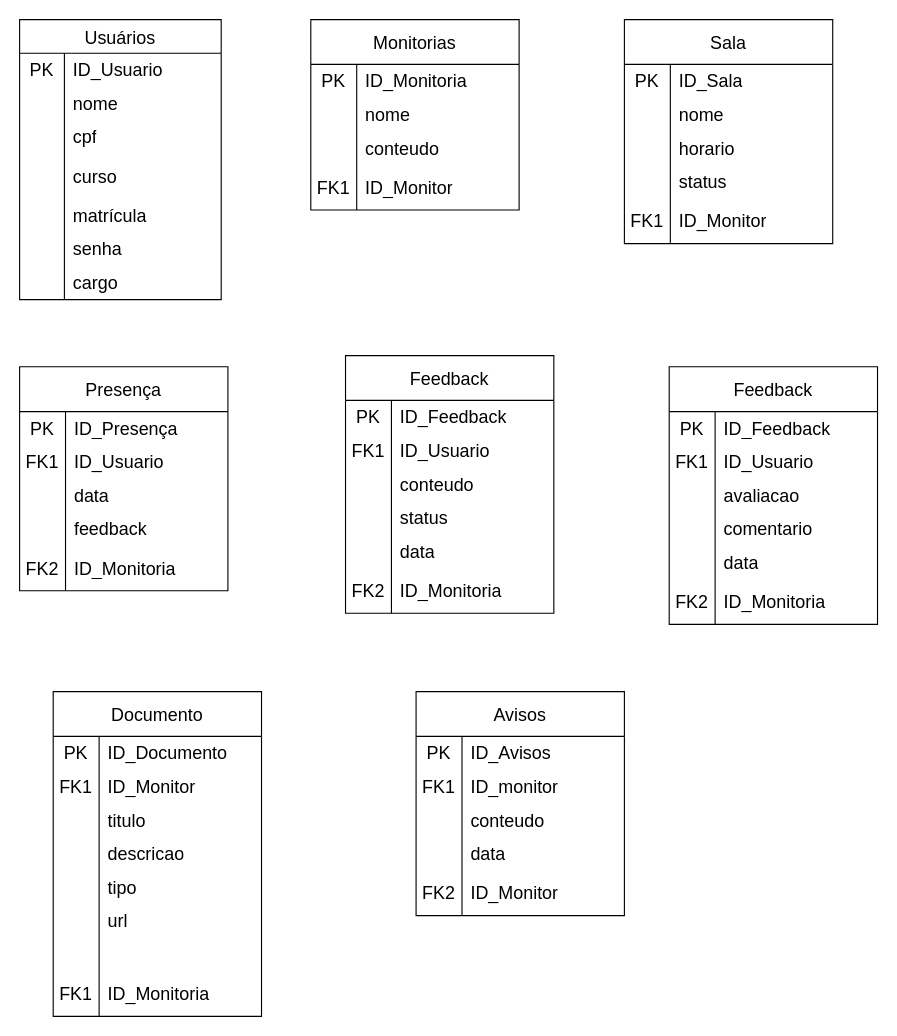
This is Monitorrei.drawio from Arthurbart/MoniTorrei, a draw.io file, before an edit. Source tidied: cells renumbered, new cells numbered last; positions are measured from the earlier drawing's top-left corner, leaving out a move shared by most shapes. Both pictures are drawn from the tidied source at 112%, with x=0, y=0 at pixel (19, 19).
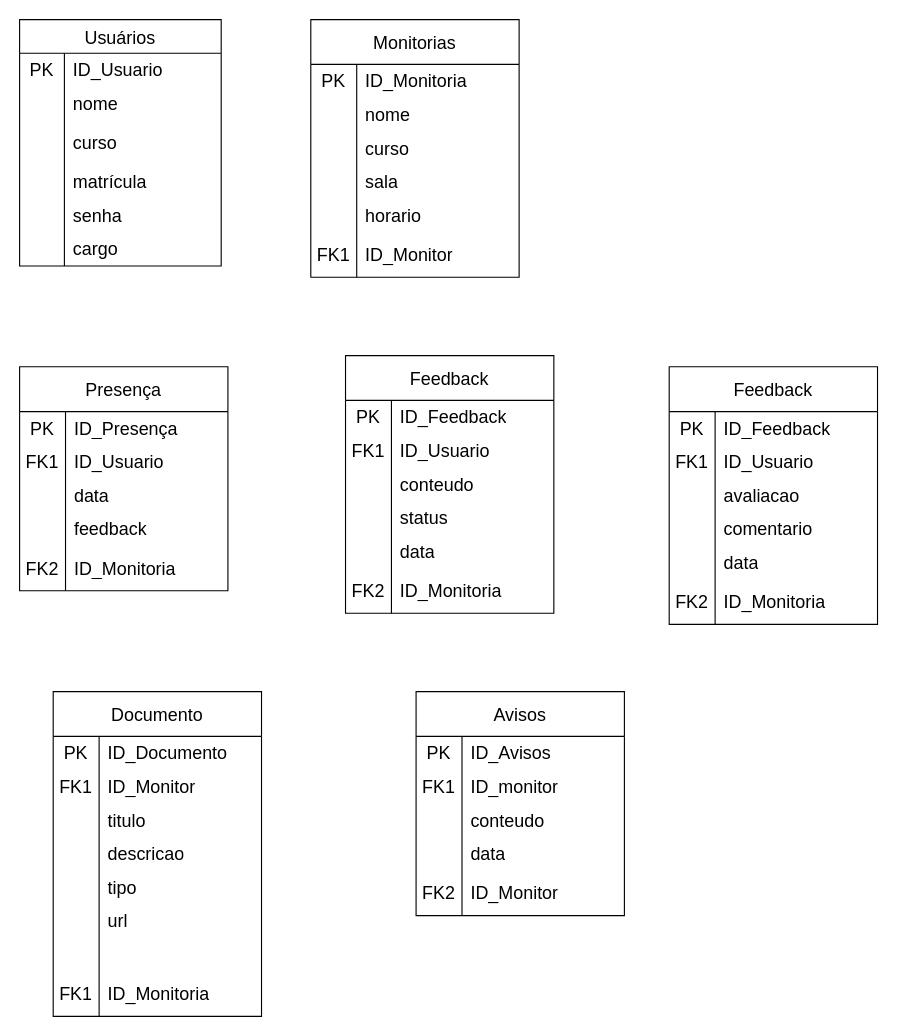
The same diagram, later.

The change refers to these unchanged cells:
```xml
<mxCell id="31" style="shape=tableRow;horizontal=0;startSize=0;swimlaneHead=0;swimlaneBody=0;top=0;left=0;bottom=0;right=0;fillColor=none;strokeColor=inherit;fontSize=16;" parent="24" vertex="1">
  <mxGeometry y="100" width="186" height="30" as="geometry" />
</mxCell>
```

Diff of the diagram source:
```diff
@@
     <mxCell id="2" value="Usuários" style="shape=table;startSize=30;childLayout=tableLayout;rowLines=0;fontStyle=0;strokeColor=default;fontSize=16;" parent="1" vertex="1">
-      <mxGeometry width="180" height="250" as="geometry" />
+      <mxGeometry width="180" height="220" as="geometry" />
     </mxCell>
@@
-    <mxCell id="9" style="shape=tableRow;horizontal=0;startSize=0;swimlaneHead=0;swimlaneBody=0;top=0;left=0;bottom=0;right=0;fillColor=none;strokeColor=inherit;fontSize=16;" parent="2" vertex="1">
-      <mxGeometry y="90" width="180" height="30" as="geometry" />
-    </mxCell>
-    <mxCell id="10" style="shape=partialRectangle;html=1;whiteSpace=wrap;fillColor=none;top=0;left=0;bottom=0;right=0;overflow=hidden;strokeColor=inherit;fontSize=16;" parent="9" vertex="1">
-      <mxGeometry width="40" height="30" as="geometry" />
-    </mxCell>
-    <mxCell id="11" value="cpf" style="shape=partialRectangle;html=1;whiteSpace=wrap;fillColor=none;top=0;left=0;bottom=0;right=0;align=left;spacingLeft=6;overflow=hidden;strokeColor=inherit;fontSize=16;" parent="9" vertex="1">
-      <mxGeometry x="40" width="140" height="30" as="geometry" />
-    </mxCell>
     <mxCell id="12" style="shape=tableRow;horizontal=0;startSize=0;swimlaneHead=0;swimlaneBody=0;top=0;left=0;bottom=0;right=0;fillColor=none;strokeColor=inherit;fontSize=16;" parent="2" vertex="1">
-      <mxGeometry y="120" width="180" height="40" as="geometry" />
+      <mxGeometry y="90" width="180" height="40" as="geometry" />
     </mxCell>
@@
     <mxCell id="15" style="shape=tableRow;horizontal=0;startSize=0;swimlaneHead=0;swimlaneBody=0;top=0;left=0;bottom=0;right=0;fillColor=none;strokeColor=inherit;fontSize=16;" parent="2" vertex="1">
-      <mxGeometry y="160" width="180" height="30" as="geometry" />
+      <mxGeometry y="130" width="180" height="30" as="geometry" />
     </mxCell>
@@
     <mxCell id="18" style="shape=tableRow;horizontal=0;startSize=0;swimlaneHead=0;swimlaneBody=0;top=0;left=0;bottom=0;right=0;fillColor=none;strokeColor=inherit;fontSize=16;" parent="2" vertex="1">
-      <mxGeometry y="190" width="180" height="30" as="geometry" />
+      <mxGeometry y="160" width="180" height="30" as="geometry" />
     </mxCell>
@@
     <mxCell id="21" style="shape=tableRow;horizontal=0;startSize=0;swimlaneHead=0;swimlaneBody=0;top=0;left=0;bottom=0;right=0;fillColor=none;strokeColor=inherit;fontSize=16;" parent="2" vertex="1">
-      <mxGeometry y="220" width="180" height="30" as="geometry" />
+      <mxGeometry y="190" width="180" height="30" as="geometry" />
     </mxCell>
@@
     <mxCell id="24" value="Monitorias" style="shape=table;startSize=40;childLayout=tableLayout;rowLines=0;fontStyle=0;strokeColor=default;fontSize=16;" parent="1" vertex="1">
-      <mxGeometry x="260" width="186" height="170" as="geometry" />
+      <mxGeometry x="260" width="186" height="230" as="geometry" />
     </mxCell>
@@
-    <mxCell id="33" value="conteudo" style="shape=partialRectangle;html=1;whiteSpace=wrap;fillColor=none;top=0;left=0;bottom=0;right=0;align=left;spacingLeft=6;overflow=hidden;strokeColor=inherit;fontSize=16;" parent="31" vertex="1">
+    <mxCell id="33" value="curso" style="shape=partialRectangle;html=1;whiteSpace=wrap;fillColor=none;top=0;left=0;bottom=0;right=0;align=left;spacingLeft=6;overflow=hidden;strokeColor=inherit;fontSize=16;" parent="31" vertex="1">
       <mxGeometry x="41" width="145" height="30" as="geometry" />
     </mxCell>
+    <mxCell id="47" style="shape=tableRow;horizontal=0;startSize=0;swimlaneHead=0;swimlaneBody=0;top=0;left=0;bottom=0;right=0;fillColor=none;strokeColor=inherit;fontSize=16;" parent="24" vertex="1">
+      <mxGeometry y="130" width="186" height="30" as="geometry" />
+    </mxCell>
+    <mxCell id="148" style="shape=partialRectangle;html=1;whiteSpace=wrap;fillColor=none;top=0;left=0;bottom=0;right=0;overflow=hidden;strokeColor=inherit;fontSize=16;" parent="47" vertex="1">
+      <mxGeometry width="41" height="30" as="geometry" />
+    </mxCell>
+    <mxCell id="149" value="sala" style="shape=partialRectangle;html=1;whiteSpace=wrap;fillColor=none;top=0;left=0;bottom=0;right=0;align=left;spacingLeft=6;overflow=hidden;strokeColor=inherit;fontSize=16;" parent="47" vertex="1">
+      <mxGeometry x="41" width="145" height="30" as="geometry" />
+    </mxCell>
+    <mxCell id="150" style="shape=tableRow;horizontal=0;startSize=0;swimlaneHead=0;swimlaneBody=0;top=0;left=0;bottom=0;right=0;fillColor=none;strokeColor=inherit;fontSize=16;" parent="24" vertex="1">
+      <mxGeometry y="160" width="186" height="30" as="geometry" />
+    </mxCell>
+    <mxCell id="151" style="shape=partialRectangle;html=1;whiteSpace=wrap;fillColor=none;top=0;left=0;bottom=0;right=0;overflow=hidden;strokeColor=inherit;fontSize=16;" parent="150" vertex="1">
+      <mxGeometry width="41" height="30" as="geometry" />
+    </mxCell>
+    <mxCell id="46" value="horario" style="shape=partialRectangle;html=1;whiteSpace=wrap;fillColor=none;top=0;left=0;bottom=0;right=0;align=left;spacingLeft=6;overflow=hidden;strokeColor=inherit;fontSize=16;" parent="150" vertex="1">
+      <mxGeometry x="41" width="145" height="30" as="geometry" />
+    </mxCell>
     <mxCell id="34" style="shape=tableRow;horizontal=0;startSize=0;swimlaneHead=0;swimlaneBody=0;top=0;left=0;bottom=0;right=0;fillColor=none;strokeColor=inherit;fontSize=16;" parent="24" vertex="1">
-      <mxGeometry y="130" width="186" height="40" as="geometry" />
+      <mxGeometry y="190" width="186" height="40" as="geometry" />
     </mxCell>
@@
-    <mxCell id="37" value="Sala" style="shape=table;startSize=40;childLayout=tableLayout;rowLines=0;fontStyle=0;strokeColor=default;fontSize=16;" parent="1" vertex="1">
-      <mxGeometry x="540" width="186" height="200" as="geometry" />
-    </mxCell>
-    <mxCell id="38" style="shape=tableRow;horizontal=0;startSize=0;swimlaneHead=0;swimlaneBody=0;top=0;left=0;bottom=0;right=0;fillColor=none;strokeColor=inherit;fontSize=16;" parent="37" vertex="1">
-      <mxGeometry y="40" width="186" height="30" as="geometry" />
-    </mxCell>
-    <mxCell id="39" value="PK" style="shape=partialRectangle;html=1;whiteSpace=wrap;fillColor=none;top=0;left=0;bottom=0;right=0;overflow=hidden;strokeColor=inherit;fontSize=16;" parent="38" vertex="1">
-      <mxGeometry width="41" height="30" as="geometry" />
-    </mxCell>
-    <mxCell id="40" value="ID_Sala" style="shape=partialRectangle;html=1;whiteSpace=wrap;fillColor=none;top=0;left=0;bottom=0;right=0;align=left;spacingLeft=6;overflow=hidden;strokeColor=inherit;fontSize=16;" parent="38" vertex="1">
-      <mxGeometry x="41" width="145" height="30" as="geometry" />
-    </mxCell>
-    <mxCell id="41" style="shape=tableRow;horizontal=0;startSize=0;swimlaneHead=0;swimlaneBody=0;top=0;left=0;bottom=0;right=0;fillColor=none;strokeColor=inherit;fontSize=16;" parent="37" vertex="1">
-      <mxGeometry y="70" width="186" height="30" as="geometry" />
-    </mxCell>
-    <mxCell id="42" style="shape=partialRectangle;html=1;whiteSpace=wrap;fillColor=none;top=0;left=0;bottom=0;right=0;overflow=hidden;strokeColor=inherit;fontSize=16;" parent="41" vertex="1">
-      <mxGeometry width="41" height="30" as="geometry" />
-    </mxCell>
-    <mxCell id="43" value="nome" style="shape=partialRectangle;html=1;whiteSpace=wrap;fillColor=none;top=0;left=0;bottom=0;right=0;align=left;spacingLeft=6;overflow=hidden;strokeColor=inherit;fontSize=16;" parent="41" vertex="1">
-      <mxGeometry x="41" width="145" height="30" as="geometry" />
-    </mxCell>
-    <mxCell id="44" style="shape=tableRow;horizontal=0;startSize=0;swimlaneHead=0;swimlaneBody=0;top=0;left=0;bottom=0;right=0;fillColor=none;strokeColor=inherit;fontSize=16;" parent="37" vertex="1">
-      <mxGeometry y="100" width="186" height="30" as="geometry" />
-    </mxCell>
-    <mxCell id="45" style="shape=partialRectangle;html=1;whiteSpace=wrap;fillColor=none;top=0;left=0;bottom=0;right=0;overflow=hidden;strokeColor=inherit;fontSize=16;" parent="44" vertex="1">
-      <mxGeometry width="41" height="30" as="geometry" />
-    </mxCell>
-    <mxCell id="46" value="horario" style="shape=partialRectangle;html=1;whiteSpace=wrap;fillColor=none;top=0;left=0;bottom=0;right=0;align=left;spacingLeft=6;overflow=hidden;strokeColor=inherit;fontSize=16;" parent="44" vertex="1">
-      <mxGeometry x="41" width="145" height="30" as="geometry" />
-    </mxCell>
-    <mxCell id="47" style="shape=tableRow;horizontal=0;startSize=0;swimlaneHead=0;swimlaneBody=0;top=0;left=0;bottom=0;right=0;fillColor=none;strokeColor=inherit;fontSize=16;" parent="37" vertex="1">
-      <mxGeometry y="130" width="186" height="30" as="geometry" />
-    </mxCell>
-    <mxCell id="48" style="shape=partialRectangle;html=1;whiteSpace=wrap;fillColor=none;top=0;left=0;bottom=0;right=0;overflow=hidden;strokeColor=inherit;fontSize=16;" parent="47" vertex="1">
-      <mxGeometry width="41" height="30" as="geometry" />
-    </mxCell>
-    <mxCell id="49" value="status" style="shape=partialRectangle;html=1;whiteSpace=wrap;fillColor=none;top=0;left=0;bottom=0;right=0;align=left;spacingLeft=6;overflow=hidden;strokeColor=inherit;fontSize=16;" parent="47" vertex="1">
-      <mxGeometry x="41" width="145" height="30" as="geometry" />
-    </mxCell>
-    <mxCell id="50" style="shape=tableRow;horizontal=0;startSize=0;swimlaneHead=0;swimlaneBody=0;top=0;left=0;bottom=0;right=0;fillColor=none;strokeColor=inherit;fontSize=16;" parent="37" vertex="1">
-      <mxGeometry y="160" width="186" height="40" as="geometry" />
-    </mxCell>
-    <mxCell id="51" value="FK1" style="shape=partialRectangle;html=1;whiteSpace=wrap;fillColor=none;top=0;left=0;bottom=0;right=0;overflow=hidden;strokeColor=inherit;fontSize=16;" parent="50" vertex="1">
-      <mxGeometry width="41" height="40" as="geometry" />
-    </mxCell>
-    <mxCell id="52" value="ID_Monitor" style="shape=partialRectangle;html=1;whiteSpace=wrap;fillColor=none;top=0;left=0;bottom=0;right=0;align=left;spacingLeft=6;overflow=hidden;strokeColor=inherit;fontSize=16;" parent="50" vertex="1">
-      <mxGeometry x="41" width="145" height="40" as="geometry" />
-    </mxCell>
```
